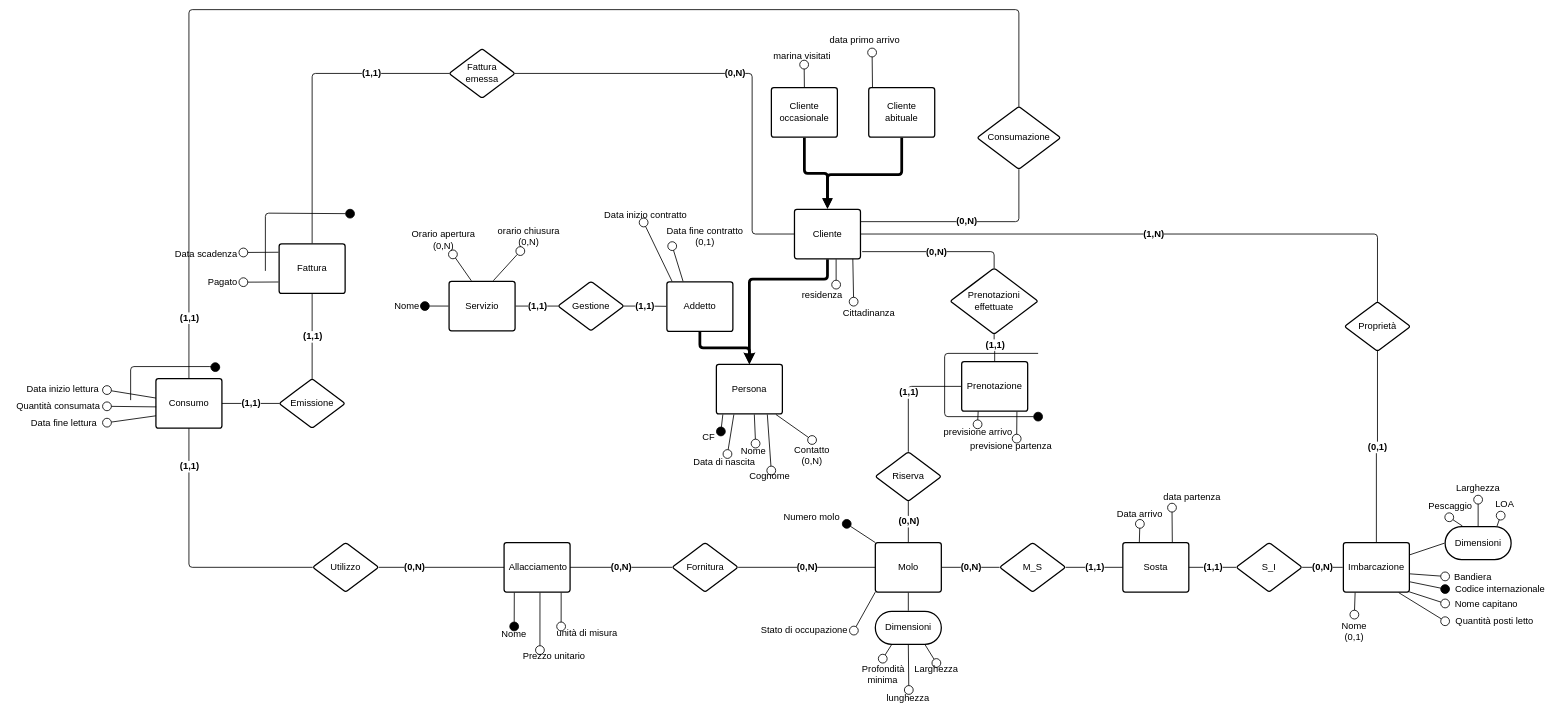
Before: page "Concettuale ridotto" (4 of 4) of src_relazione_tex/Er.drawio in alessandro-massarenti/Progetto-basi-di-dati-2022, a draw.io diagram. Source tidied: cells renumbered, new cells numbered last; positions are measured from the earlier drawing's top-left corner, leaving out a move shared by most shapes. Both pictures are drawn from the tidied source at 55%, with x=0, y=0 at pixel (9, 9).
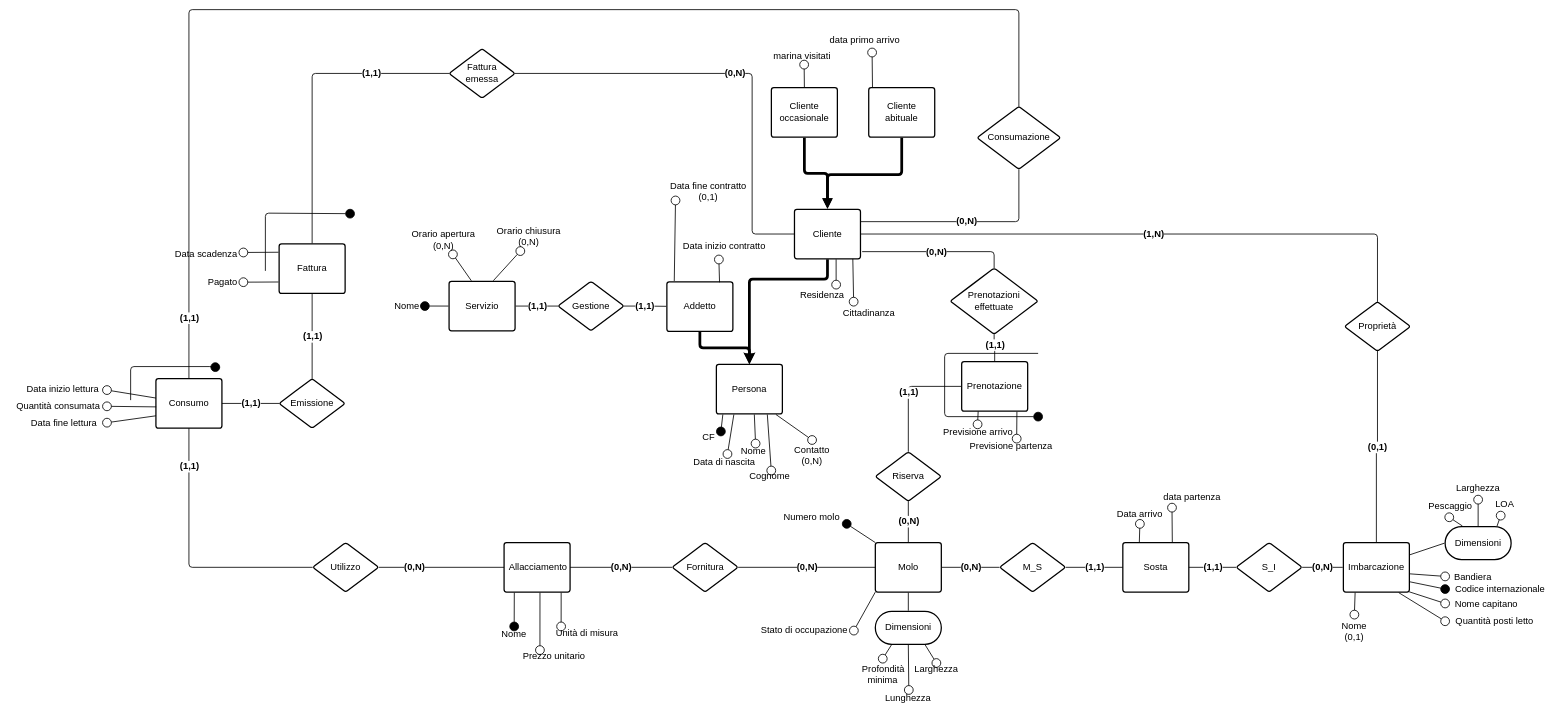
After the change.

Commit message:
Tutte le iniziali rese maiuscole nel concettuale ridotto

The change refers to these unchanged cells:
```xml
<mxCell id="37" value="Addetto" style="html=1;overflow=block;blockSpacing=1;whiteSpace=wrap;fontSize=17;fontColor=#000000;spacing=9;strokeColor=#000000;strokeOpacity=100;rounded=1;absoluteArcSize=1;arcSize=9;strokeWidth=2.3;" parent="1" vertex="1">
  <mxGeometry x="1195" y="495" width="120" height="90" as="geometry" />
</mxCell>
```

Change to the diagram source:
```diff
@@
     <mxCell id="2" value="Data inizio contratto" style="html=1;overflow=block;blockSpacing=1;whiteSpace=wrap;fontSize=17;fontColor=#000000;spacing=0;fillColor=#ffffff;strokeWidth=1.5;strokeColor=none;" parent="1" vertex="1">
-      <mxGeometry x="1075" y="363" width="163" height="24" as="geometry" />
+      <mxGeometry x="1218" y="410" width="163" height="40" as="geometry" />
     </mxCell>
-    <mxCell id="3" value="orario chiusura&#10;(0,N)" style="html=1;overflow=block;blockSpacing=1;whiteSpace=wrap;fontSize=17;fontColor=#000000;spacing=0;fillColor=#ffffff;strokeWidth=1.5;strokeColor=none;" parent="1" vertex="1">
+    <mxCell id="3" value="Orario chiusura&lt;br&gt;(0,N)" style="html=1;overflow=block;blockSpacing=1;whiteSpace=wrap;fontSize=17;fontColor=#000000;spacing=0;fillColor=#ffffff;strokeWidth=1.5;strokeColor=none;" parent="1" vertex="1">
       <mxGeometry x="879" y="387" width="130" height="52" as="geometry" />
     </mxCell>
@@
-    <mxCell id="5" value="previsione partenza" style="html=1;overflow=block;blockSpacing=1;whiteSpace=wrap;fontSize=17;fontColor=#000000;spacing=0;fillColor=none;strokeWidth=1.5;strokeColor=none;" parent="1" vertex="1">
+    <mxCell id="5" value="Previsione partenza" style="html=1;overflow=block;blockSpacing=1;whiteSpace=wrap;fontSize=17;fontColor=#000000;spacing=0;fillColor=none;strokeWidth=1.5;strokeColor=none;" parent="1" vertex="1">
       <mxGeometry x="1731" y="780" width="180" height="30" as="geometry" />
     </mxCell>
@@
     <mxCell id="13" value="Data fine contratto&#10;(0,1)" style="html=1;overflow=block;blockSpacing=1;whiteSpace=wrap;fontSize=17;fontColor=#000000;spacing=0;fillColor=#ffffff;strokeWidth=1.5;strokeColor=none;" parent="1" vertex="1">
-      <mxGeometry x="1189" y="393" width="151" height="37" as="geometry" />
+      <mxGeometry x="1195" y="310" width="151" height="37" as="geometry" />
     </mxCell>
@@
-    <mxCell id="15" value="unità di misura" style="html=1;overflow=block;blockSpacing=1;whiteSpace=wrap;fontSize=17;fontColor=#000000;spacing=0;fillColor=none;strokeWidth=1.5;strokeColor=none;" parent="1" vertex="1">
+    <mxCell id="15" value="Unità di misura" style="html=1;overflow=block;blockSpacing=1;whiteSpace=wrap;fontSize=17;fontColor=#000000;spacing=0;fillColor=none;strokeWidth=1.5;strokeColor=none;" parent="1" vertex="1">
       <mxGeometry x="990" y="1121.5" width="120" height="25" as="geometry" />
     </mxCell>
@@
-    <mxCell id="18" value="previsione arrivo" style="html=1;overflow=block;blockSpacing=1;whiteSpace=wrap;fontSize=17;fontColor=#000000;spacing=0;fillColor=none;strokeWidth=1.5;strokeColor=none;" parent="1" vertex="1">
+    <mxCell id="18" value="Previsione arrivo" style="html=1;overflow=block;blockSpacing=1;whiteSpace=wrap;fontSize=17;fontColor=#000000;spacing=0;fillColor=none;strokeWidth=1.5;strokeColor=none;" parent="1" vertex="1">
       <mxGeometry x="1671" y="754" width="180" height="30" as="geometry" />
     </mxCell>
@@
-    <mxCell id="31" value="residenza" style="html=1;overflow=block;blockSpacing=1;whiteSpace=wrap;fontSize=17;fontColor=#000000;spacing=0;fillColor=none;strokeWidth=1.5;strokeColor=none;" parent="1" vertex="1">
+    <mxCell id="31" value="Residenza" style="html=1;overflow=block;blockSpacing=1;whiteSpace=wrap;fontSize=17;fontColor=#000000;spacing=0;fillColor=none;strokeWidth=1.5;strokeColor=none;" parent="1" vertex="1">
       <mxGeometry x="1427" y="500" width="101" height="38" as="geometry" />
     </mxCell>
-    <mxCell id="32" value="lunghezza" style="html=1;overflow=block;blockSpacing=1;whiteSpace=wrap;fontSize=17;fontColor=#000000;spacing=0;fillColor=none;strokeWidth=1.5;strokeColor=none;" parent="1" vertex="1">
+    <mxCell id="32" value="Lunghezza" style="html=1;overflow=block;blockSpacing=1;whiteSpace=wrap;fontSize=17;fontColor=#000000;spacing=0;fillColor=none;strokeWidth=1.5;strokeColor=none;" parent="1" vertex="1">
       <mxGeometry x="1585" y="1237" width="97" height="29" as="geometry" />
     </mxCell>
@@
-    <mxCell id="84" style="html=1;jettySize=18;whiteSpace=wrap;fontSize=17;strokeColor=#000000;strokeWidth=1.5;rounded=1;arcSize=12;startArrow=none;endArrow=oval;endFill=0;endSize=16;exitX=0.078;exitY=-0.012;exitPerimeter=0;entryX=0.477;entryY=1;entryPerimeter=0;" parent="1" edge="1" source="37" target="2">
+    <mxCell id="84" style="html=1;jettySize=18;whiteSpace=wrap;fontSize=17;strokeColor=#000000;strokeWidth=1.5;rounded=1;arcSize=12;startArrow=none;endArrow=oval;endFill=0;endSize=16;entryX=0.439;entryY=1.108;entryPerimeter=0;entryDx=0;entryDy=0;exitX=0.798;exitY=0.009;exitDx=0;exitDy=0;exitPerimeter=0;" parent="1" edge="1" source="37" target="2">
       <mxGeometry relative="1" as="geometry" />
     </mxCell>
@@
-    <mxCell id="105" style="html=1;jettySize=18;whiteSpace=wrap;fontSize=17;strokeColor=#000000;strokeWidth=1.5;rounded=1;arcSize=12;startArrow=none;endArrow=oval;endFill=0;endSize=16;exitX=0.245;exitY=-0.012;exitPerimeter=0;entryX=0.104;entryY=1;entryPerimeter=0;" parent="1" edge="1" source="37" target="13">
+    <mxCell id="105" style="html=1;jettySize=18;whiteSpace=wrap;fontSize=17;strokeColor=#000000;strokeWidth=1.5;rounded=1;arcSize=12;startArrow=none;endArrow=oval;endFill=0;endSize=16;exitX=0.112;exitY=-0.018;exitPerimeter=0;entryX=0.104;entryY=1;entryPerimeter=0;exitDx=0;exitDy=0;" parent="1" edge="1" source="37" target="13">
       <mxGeometry relative="1" as="geometry" />
     </mxCell>
```
